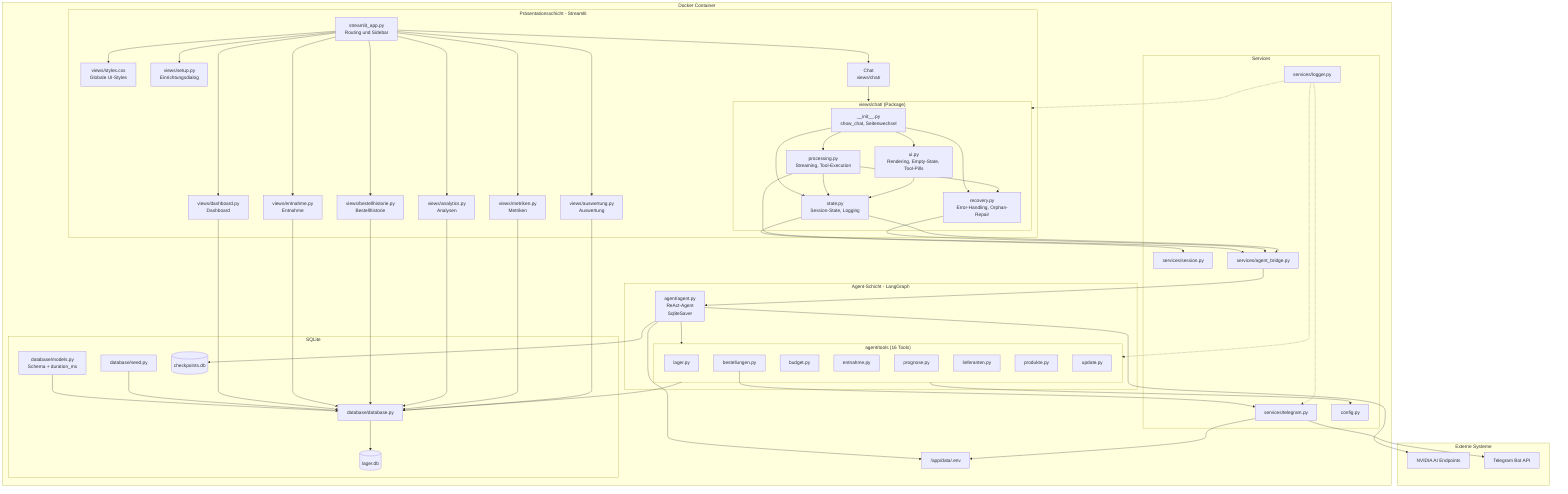
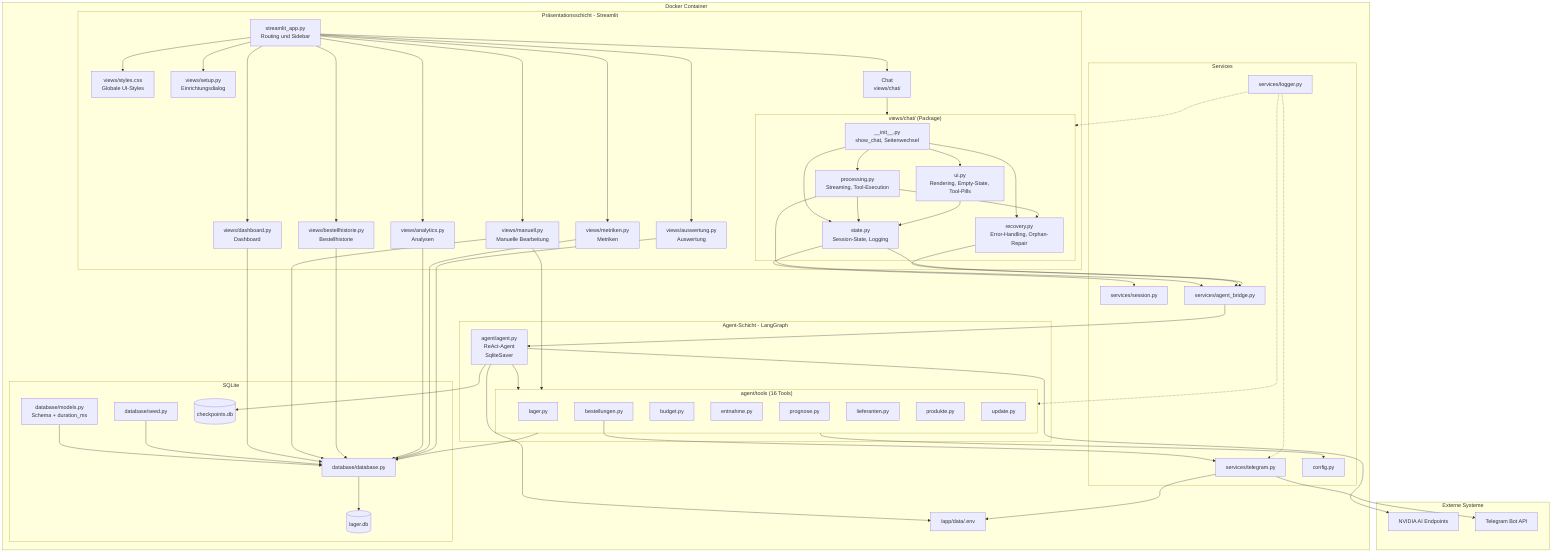
graph TB
    subgraph DOCKER["Docker Container"]
        subgraph UI["Präsentationsschicht - Streamlit"]
            APP["streamlit_app.py\nRouting und Sidebar"]
            CSS["views/styles.css\nGlobale UI-Styles"]
            SETUP["views/setup.py\nEinrichtungsdialog"]
            CHAT["Chat\nviews/chat/"]
            subgraph CHATPKG["views/chat/ (Package)"]
                CHAT_INIT["__init__.py\nshow_chat, Seitenwechsel"]
                CHAT_UI["ui.py\nRendering, Empty-State, Tool-Pills"]
                CHAT_PROC["processing.py\nStreaming, Tool-Execution"]
                CHAT_REC["recovery.py\nError-Handling, Orphan-Repair"]
                CHAT_STATE["state.py\nSession-State, Logging"]
            end
            DASH["views/dashboard.py\nDashboard"]
-             ENTN["views/entnahme.py\nEntnahme"]
+             MANUELL["views/manuell.py\nManuelle Bearbeitung"]
            HIST["views/bestellhistorie.py\nBestellhistorie"]
            ANAL["views/analytics.py\nAnalysen"]
            METR["views/metriken.py\nMetriken"]
            AUSW["views/auswertung.py\nAuswertung"]
        end

        subgraph AGENT["Agent-Schicht - LangGraph"]
            CORE["agent/agent.py\nReAct-Agent\nSqliteSaver"]
            subgraph TOOLS["agent/tools (16 Tools)"]
                T_LAGER["lager.py"]
                T_BEST["bestellungen.py"]
                T_BUDG["budget.py"]
                T_ENTN["entnahme.py"]
                T_PROG["prognose.py"]
                T_LIEF["lieferanten.py"]
                T_PROD["produkte.py"]
                T_UPD["update.py"]
            end
        end

        subgraph SERVICES["Services"]
            SESS["services/session.py"]
            TELE["services/telegram.py"]
            LOGG["services/logger.py"]
            BRIDGE["services/agent_bridge.py"]
            CONF["config.py"]
        end

        subgraph DATA["SQLite"]
            DB["database/database.py"]
            MOD["database/models.py\nSchema + duration_ms"]
            SEED["database/seed.py"]
            LAGER_DB[("lager.db")]
            CHECK_DB[("checkpoints.db")]
        end

        ENV["/app/data/.env"]
    end

    subgraph EXTERN["Externe Systeme"]
        NVIDIA["NVIDIA AI Endpoints"]
        TELEGRAM["Telegram Bot API"]
    end

    APP --> CSS
    APP --> SETUP
    APP --> CHAT
    CHAT --> CHATPKG
    APP --> DASH
-     APP --> ENTN
+     APP --> MANUELL
    APP --> HIST
    APP --> ANAL
    APP --> METR
    APP --> AUSW

    CHAT_PROC --> BRIDGE
    CHAT_REC --> BRIDGE
    CHAT_STATE --> BRIDGE
    BRIDGE --> CORE
    CHAT_STATE --> SESS
    CHAT_INIT --> CHAT_UI
    CHAT_INIT --> CHAT_PROC
    CHAT_INIT --> CHAT_REC
    CHAT_INIT --> CHAT_STATE
    CHAT_PROC --> CHAT_REC
    CHAT_PROC --> CHAT_STATE
    CHAT_UI --> CHAT_STATE
    CORE --> TOOLS
    CORE --> CHECK_DB
    CORE --> NVIDIA
    CORE --> ENV

    TOOLS --> DB
    TOOLS --> CONF
    T_BEST --> TELE
    TELE --> ENV
    TELE --> TELEGRAM

    DB --> LAGER_DB
    MOD --> DB
    SEED --> DB

    DASH --> DB
-     ENTN --> DB
+     MANUELL --> DB
+     MANUELL --> TOOLS
    HIST --> DB
    ANAL --> DB
    METR --> DB
    AUSW --> DB

    LOGG -.-> CHATPKG
    LOGG -.-> TOOLS
    LOGG -.-> TELE
